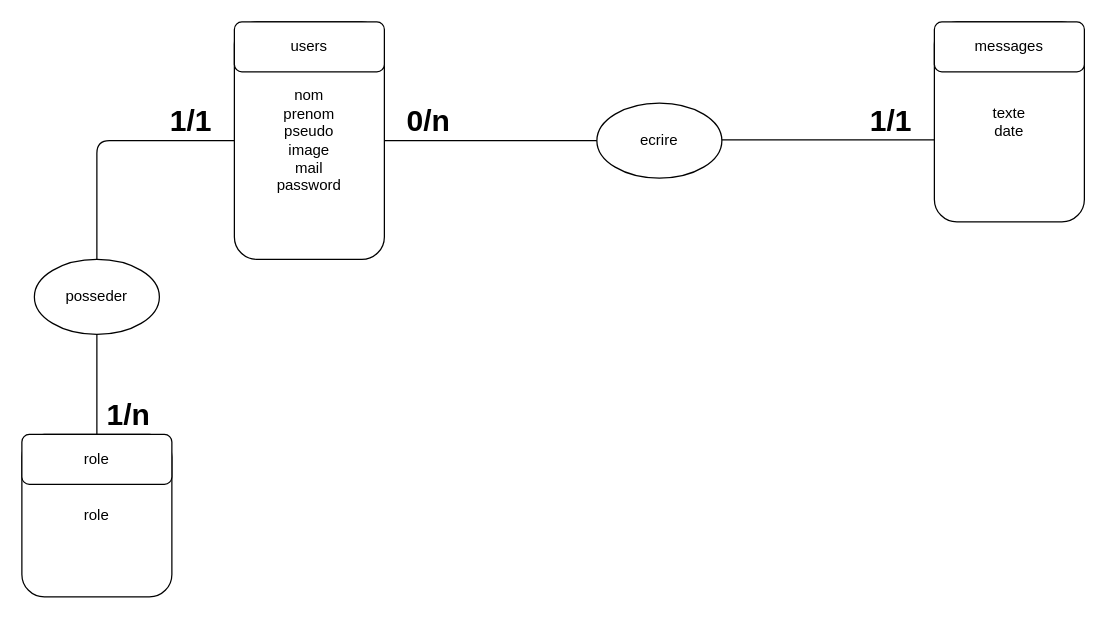
Earlier version of the draw.io diagram conception-bdd/mcd.drawio (mohamed-zidi/api-rcmk). Source tidied: cells renumbered, new cells numbered last; positions are measured from the earlier drawing's top-left corner, leaving out a move shared by most shapes. Both pictures are drawn from the tidied source at 125%, with x=0, y=0 at pixel (21, 21).
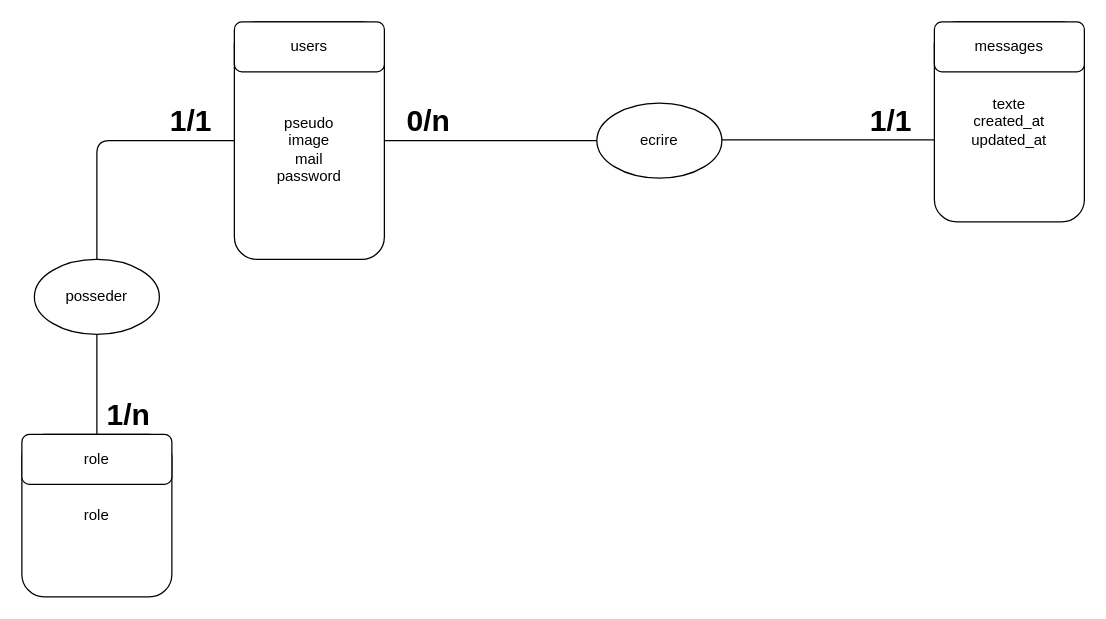
Above is the later version.

Diff of the diagram source:
```diff
@@
-    <mxCell id="2" value="nom&lt;br&gt;prenom&lt;br&gt;pseudo&lt;br&gt;image&lt;br&gt;mail&lt;br&gt;password" style="rounded=1;whiteSpace=wrap;html=1;" parent="1" vertex="1">
+    <mxCell id="2" value="&lt;br&gt;pseudo&lt;br&gt;image&lt;br&gt;mail&lt;br&gt;password" style="rounded=1;whiteSpace=wrap;html=1;" parent="1" vertex="1">
       <mxGeometry x="170" width="120" height="190" as="geometry" />
     </mxCell>
@@
-    <mxCell id="9" value="texte&lt;br&gt;date" style="rounded=1;whiteSpace=wrap;html=1;" parent="1" vertex="1">
+    <mxCell id="9" value="texte&lt;br&gt;created_at&lt;br&gt;updated_at" style="rounded=1;whiteSpace=wrap;html=1;" parent="1" vertex="1">
       <mxGeometry x="730" width="120" height="160" as="geometry" />
     </mxCell>
```
